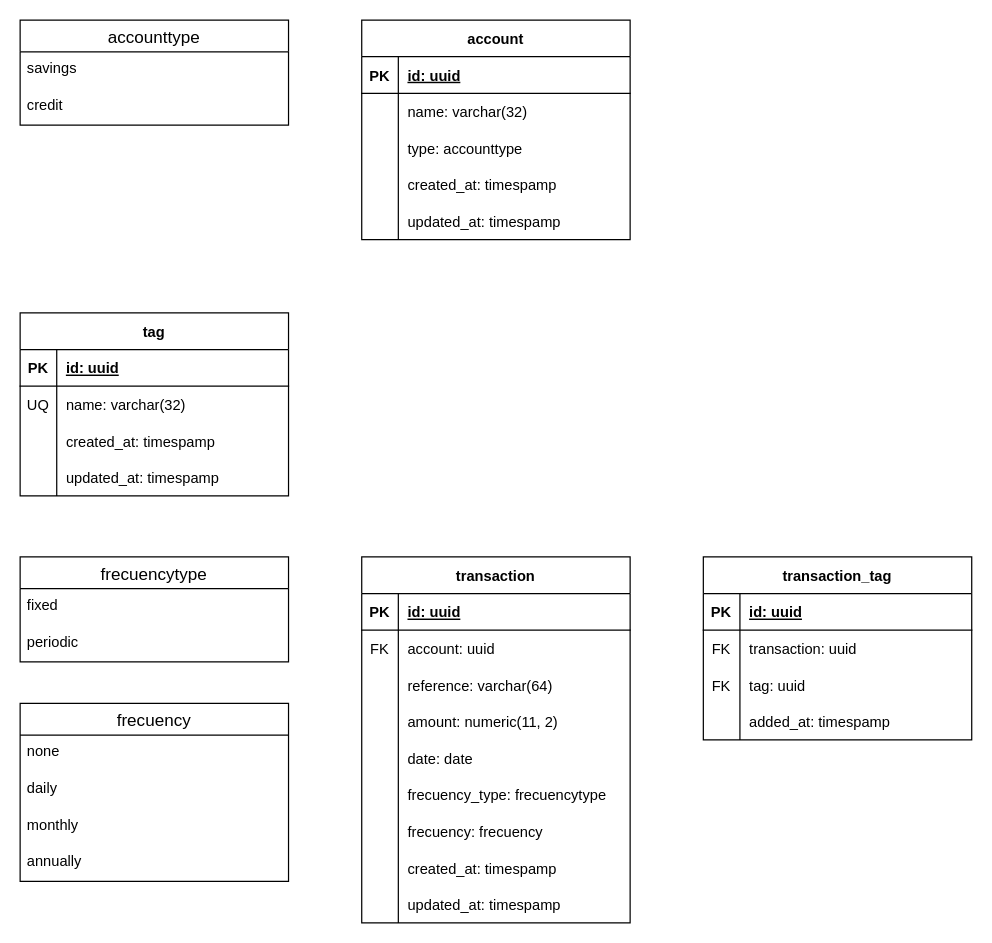
This is docs/diagrams.drawio from marlonmp/next-finances-app, a draw.io file, before an edit. Source tidied: cells renumbered, new cells numbered last; positions are measured from the earlier drawing's top-left corner, leaving out a move shared by most shapes. Both pictures are drawn from the tidied source at 122%, with x=0, y=0 at pixel (20, 20).
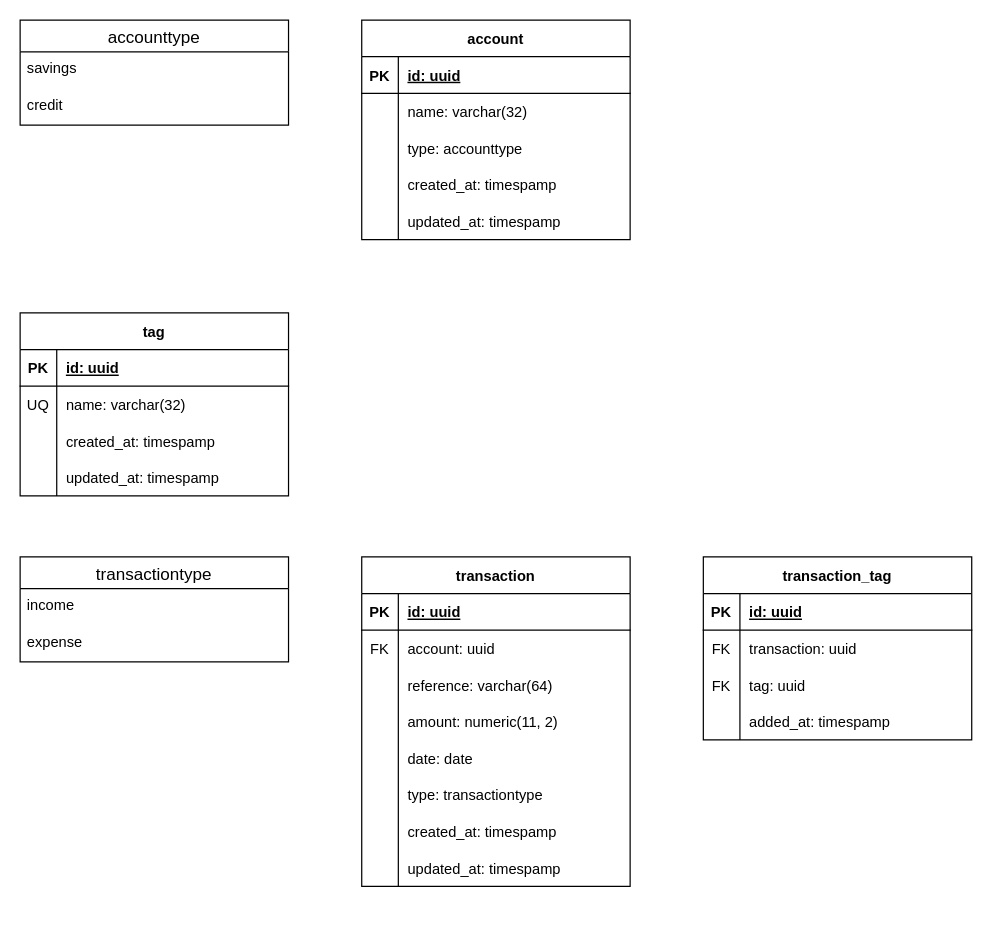
Above is the later version.

Commit message:
transaction type added to the diagrams

Unchanged cells that the change refers to:
```xml
<mxCell id="18" style="shape=tableRow;horizontal=0;startSize=0;swimlaneHead=0;swimlaneBody=0;fillColor=none;top=0;left=0;right=0;bottom=0;" parent="2" vertex="1">
  <mxGeometry y="180" width="220" height="30" as="geometry" />
</mxCell>
```

What changed in the source:
```diff
@@
     <mxCell id="2" value="transaction" style="shape=table;startSize=30;childLayout=tableLayout;rowLines=0;fontStyle=1;align=center;" parent="1" vertex="1">
-      <mxGeometry x="280" y="440" width="220" height="300" as="geometry" />
+      <mxGeometry x="280" y="440" width="220" height="270" as="geometry" />
     </mxCell>
@@
-    <mxCell id="20" value="frecuency_type: frecuencytype" style="shape=partialRectangle;fillColor=none;top=0;left=0;bottom=0;right=0;align=left;spacingLeft=6;overflow=hidden;" parent="18" vertex="1">
+    <mxCell id="20" value="type: transactiontype" style="shape=partialRectangle;fillColor=none;top=0;left=0;bottom=0;right=0;align=left;spacingLeft=6;overflow=hidden;" parent="18" vertex="1">
       <mxGeometry x="30" width="190" height="30" as="geometry" />
     </mxCell>
-    <mxCell id="21" style="shape=tableRow;horizontal=0;startSize=0;swimlaneHead=0;swimlaneBody=0;fillColor=none;top=0;left=0;right=0;bottom=0;" parent="2" vertex="1">
-      <mxGeometry y="210" width="220" height="30" as="geometry" />
-    </mxCell>
-    <mxCell id="22" style="shape=partialRectangle;fillColor=none;top=0;left=0;bottom=0;right=0;overflow=hidden;" parent="21" vertex="1">
-      <mxGeometry width="30" height="30" as="geometry" />
-    </mxCell>
-    <mxCell id="23" value="frecuency: frecuency" style="shape=partialRectangle;fillColor=none;top=0;left=0;bottom=0;right=0;align=left;spacingLeft=6;overflow=hidden;labelBorderColor=none;" parent="21" vertex="1">
-      <mxGeometry x="30" width="190" height="30" as="geometry" />
-    </mxCell>
     <mxCell id="24" style="shape=tableRow;horizontal=0;startSize=0;swimlaneHead=0;swimlaneBody=0;fillColor=none;top=0;left=0;right=0;bottom=0;" parent="2" vertex="1">
-      <mxGeometry y="240" width="220" height="30" as="geometry" />
+      <mxGeometry y="210" width="220" height="30" as="geometry" />
     </mxCell>
@@
     <mxCell id="27" style="shape=tableRow;horizontal=0;startSize=0;swimlaneHead=0;swimlaneBody=0;fillColor=none;top=0;left=0;right=0;bottom=0;" parent="2" vertex="1">
-      <mxGeometry y="270" width="220" height="30" as="geometry" />
+      <mxGeometry y="240" width="220" height="30" as="geometry" />
     </mxCell>
@@
-    <mxCell id="72" value="frecuencytype" style="swimlane;fontStyle=0;horizontal=1;startSize=26;align=center;fontSize=14;labelBorderColor=none;html=0;" parent="1" vertex="1">
-      <mxGeometry y="440" width="220" height="86" as="geometry" />
-    </mxCell>
-    <mxCell id="73" value="fixed" style="text;strokeColor=none;fillColor=none;spacingLeft=4;spacingRight=4;overflow=hidden;fontSize=12;labelBorderColor=none;html=0;" parent="72" vertex="1">
-      <mxGeometry y="26" width="220" height="30" as="geometry" />
-    </mxCell>
-    <mxCell id="74" value="periodic" style="text;strokeColor=none;fillColor=none;spacingLeft=4;spacingRight=4;overflow=hidden;fontSize=12;labelBorderColor=none;html=0;" parent="72" vertex="1">
-      <mxGeometry y="56" width="220" height="30" as="geometry" />
-    </mxCell>
-    <mxCell id="75" value="frecuency" style="swimlane;fontStyle=0;horizontal=1;startSize=26;align=center;fontSize=14;labelBorderColor=none;html=0;" parent="1" vertex="1">
-      <mxGeometry y="560" width="220" height="146" as="geometry" />
+    <mxCell id="75" value="transactiontype" style="swimlane;fontStyle=0;horizontal=1;startSize=26;align=center;fontSize=14;labelBorderColor=none;html=0;" parent="1" vertex="1">
+      <mxGeometry y="440" width="220" height="86" as="geometry" />
     </mxCell>
-    <mxCell id="76" value="none" style="text;strokeColor=none;fillColor=none;spacingLeft=4;spacingRight=4;overflow=hidden;fontSize=12;labelBorderColor=none;html=0;" parent="75" vertex="1">
+    <mxCell id="76" value="income" style="text;strokeColor=none;fillColor=none;spacingLeft=4;spacingRight=4;overflow=hidden;fontSize=12;labelBorderColor=none;html=0;" parent="75" vertex="1">
       <mxGeometry y="26" width="220" height="30" as="geometry" />
     </mxCell>
-    <mxCell id="77" value="daily" style="text;strokeColor=none;fillColor=none;spacingLeft=4;spacingRight=4;overflow=hidden;fontSize=12;labelBorderColor=none;html=0;" parent="75" vertex="1">
+    <mxCell id="77" value="expense" style="text;strokeColor=none;fillColor=none;spacingLeft=4;spacingRight=4;overflow=hidden;fontSize=12;labelBorderColor=none;html=0;" parent="75" vertex="1">
       <mxGeometry y="56" width="220" height="30" as="geometry" />
     </mxCell>
-    <mxCell id="78" value="monthly" style="text;strokeColor=none;fillColor=none;spacingLeft=4;spacingRight=4;overflow=hidden;fontSize=12;labelBorderColor=none;html=0;" parent="75" vertex="1">
-      <mxGeometry y="86" width="220" height="30" as="geometry" />
-    </mxCell>
-    <mxCell id="79" value="annually" style="text;strokeColor=none;fillColor=none;spacingLeft=4;spacingRight=4;overflow=hidden;fontSize=12;labelBorderColor=none;html=0;" parent="75" vertex="1">
-      <mxGeometry y="116" width="220" height="30" as="geometry" />
-    </mxCell>
```
